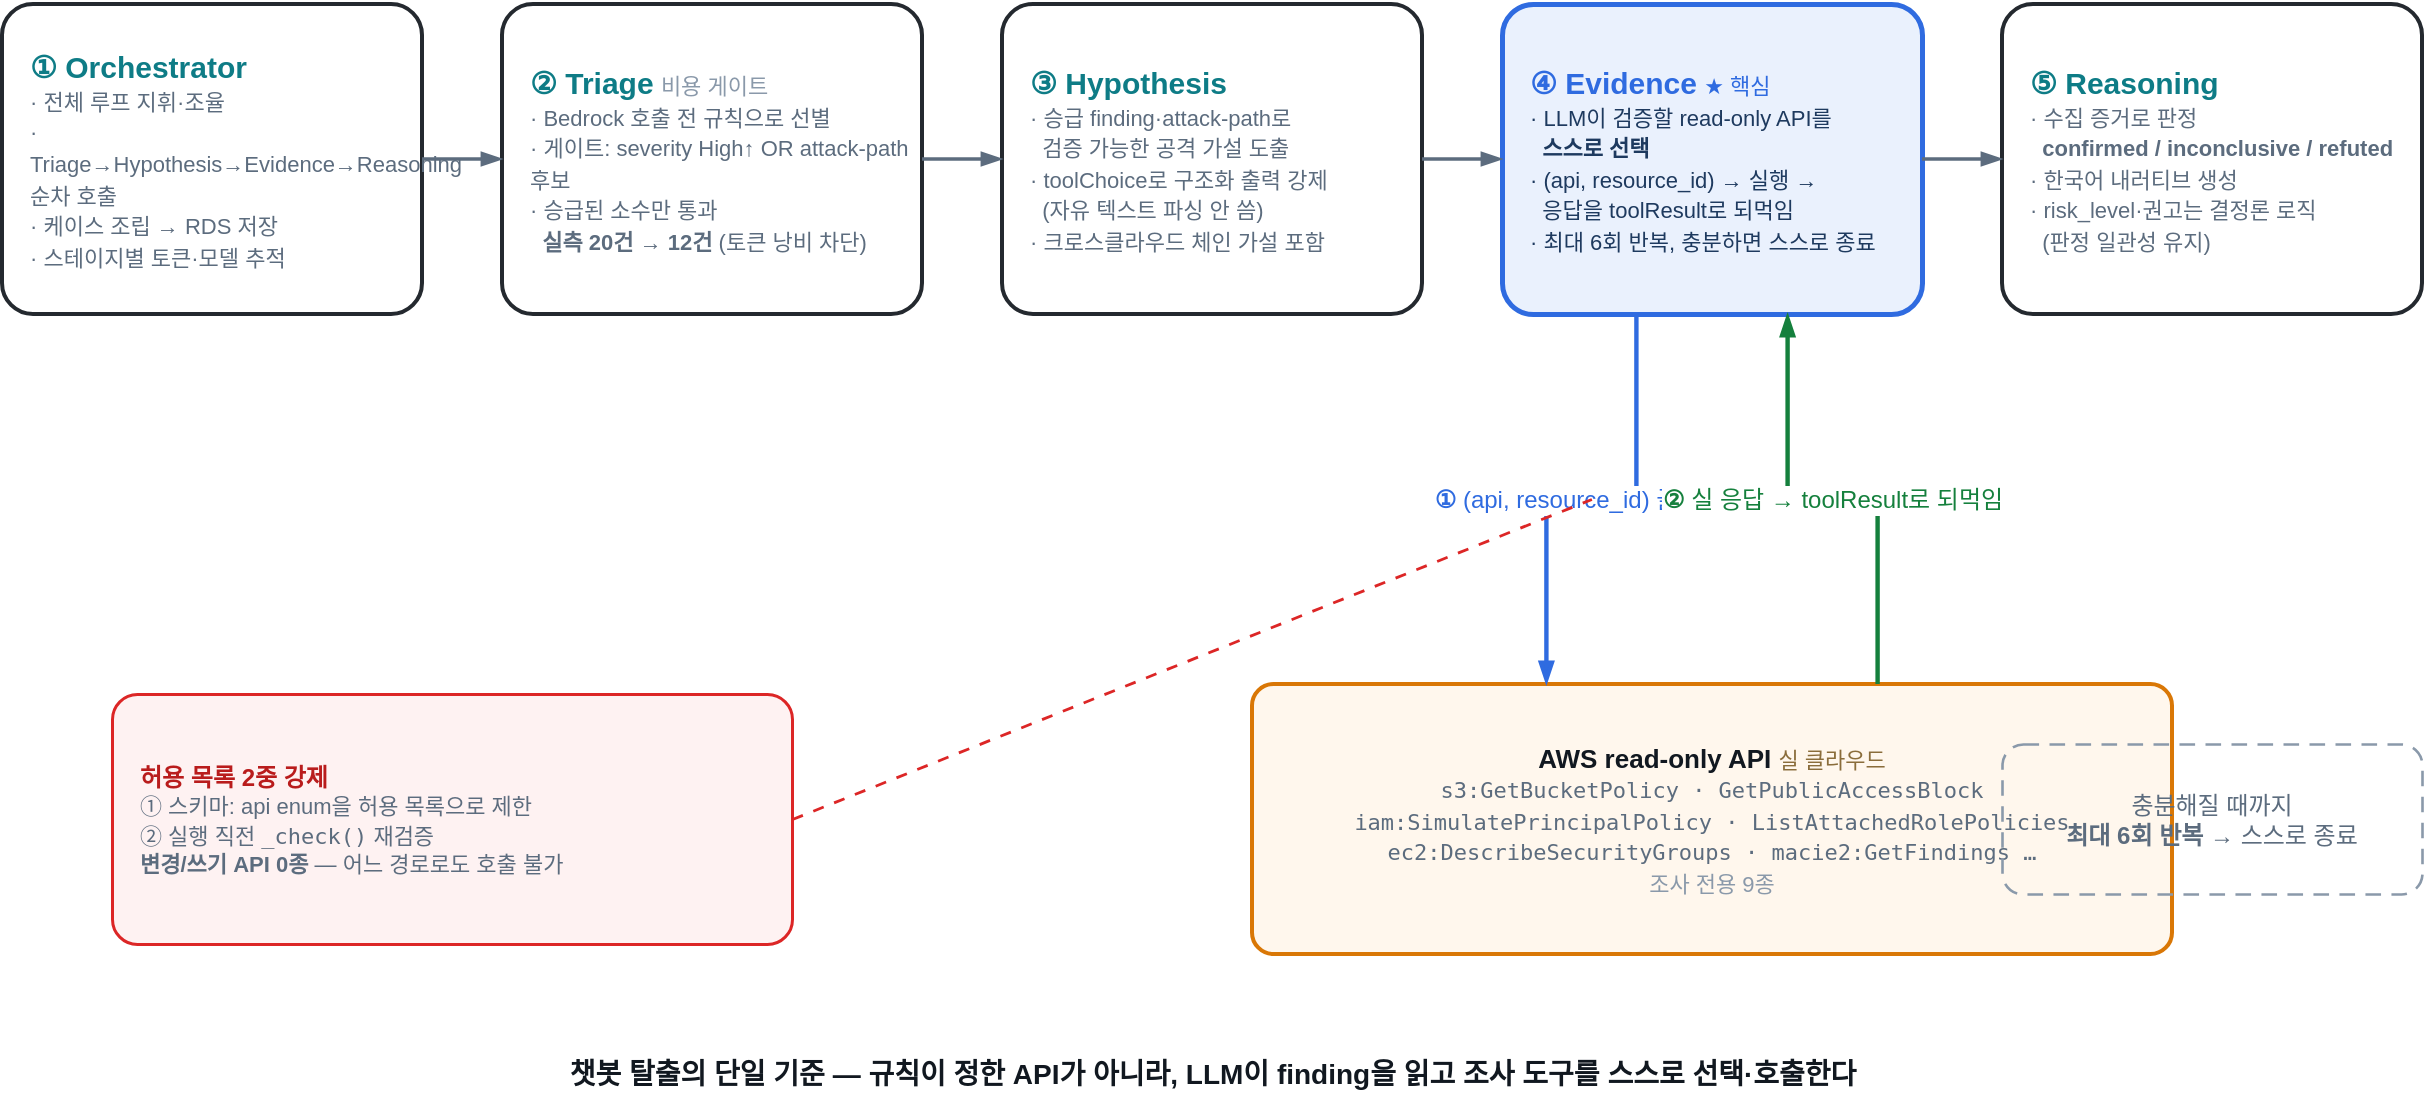
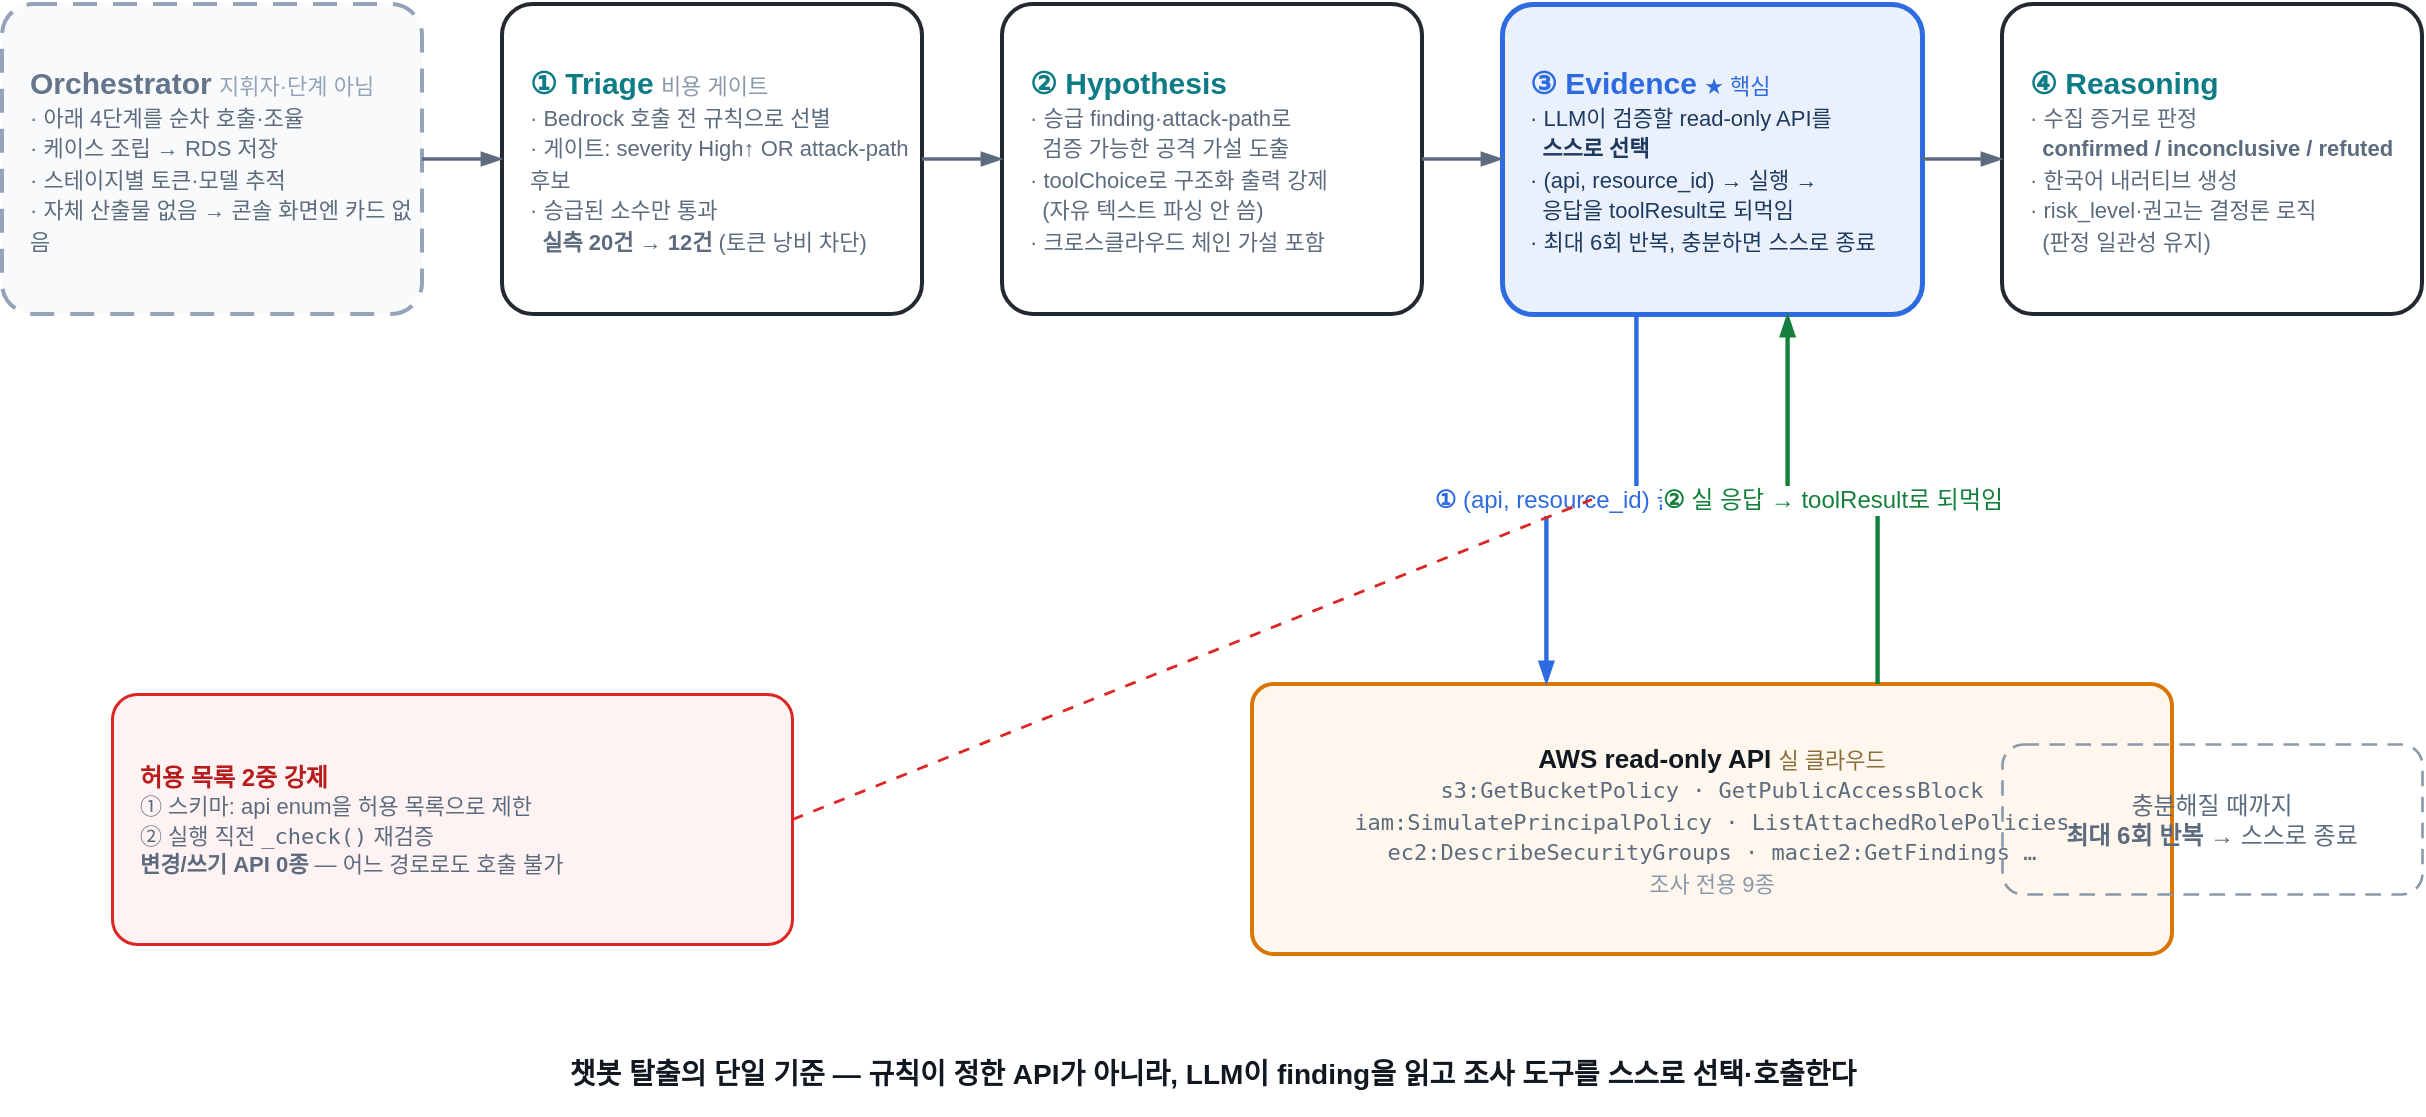
<mxfile host="app.diagrams.net" type="device">
  <diagram name="에이전틱 조사 루프" id="agentic-loop">
    <mxGraphModel dx="1120" dy="660" grid="1" gridSize="10" guides="1" tooltips="1" connect="1" arrows="1" fold="1" page="1" pageScale="1" pageWidth="1240" pageHeight="620" math="0" shadow="0">
      <root>
        <mxCell id="0" />
        <mxCell id="1" parent="0" />

-         <!-- ============ 5단계 루프 (가로) — 각 단계 불릿 3종 ============ -->
-         <mxCell id="s1" value="&lt;b&gt;&lt;font color=&quot;#0E7C86&quot; style=&quot;font-size: 15px;&quot;&gt;① Orchestrator&lt;/font&gt;&lt;/b&gt;&lt;br&gt;&lt;font style=&quot;font-size: 11px;&quot; color=&quot;#5C6C7E&quot;&gt;· 전체 루프 지휘·조율&lt;br&gt;· Triage→Hypothesis→Evidence→Reasoning 순차 호출&lt;br&gt;· 케이스 조립 → RDS 저장&lt;br&gt;· 스테이지별 토큰·모델 추적&lt;/font&gt;"
-           style="rounded=1;arcSize=10;whiteSpace=wrap;html=1;fillColor=#FFFFFF;strokeColor=#24292F;strokeWidth=2;fontColor=#111820;fontSize=13;align=left;spacingLeft=12;verticalAlign=middle;"
+         <!-- ============ 조사 루프 (가로) — Orchestrator 지휘 + 4단계 ============ -->
+         <mxCell id="s1" value="&lt;b&gt;&lt;font color=&quot;#64748B&quot; style=&quot;font-size: 15px;&quot;&gt;Orchestrator&lt;/font&gt;&lt;/b&gt;&amp;nbsp;&lt;font style=&quot;font-size: 11px;&quot; color=&quot;#94A3B8&quot;&gt;지휘자·단계 아님&lt;/font&gt;&lt;br&gt;&lt;font style=&quot;font-size: 11px;&quot; color=&quot;#5C6C7E&quot;&gt;· 아래 4단계를 순차 호출·조율&lt;br&gt;· 케이스 조립 → RDS 저장&lt;br&gt;· 스테이지별 토큰·모델 추적&lt;br&gt;· 자체 산출물 없음 → 콘솔 화면엔 카드 없음&lt;/font&gt;"
+           style="rounded=1;arcSize=10;whiteSpace=wrap;html=1;fillColor=#F8FAFC;strokeColor=#94A3B8;strokeWidth=2;dashed=1;dashPattern=6 4;fontColor=#111820;fontSize=13;align=left;spacingLeft=12;verticalAlign=middle;"
          vertex="1" parent="1">
          <mxGeometry x="15" y="40" width="210" height="155" as="geometry" />
        </mxCell>

-         <mxCell id="s2" value="&lt;b&gt;&lt;font color=&quot;#0E7C86&quot; style=&quot;font-size: 15px;&quot;&gt;② Triage&lt;/font&gt;&lt;/b&gt;&amp;nbsp;&lt;font style=&quot;font-size: 11px;&quot; color=&quot;#8A99AA&quot;&gt;비용 게이트&lt;/font&gt;&lt;br&gt;&lt;font style=&quot;font-size: 11px;&quot; color=&quot;#5C6C7E&quot;&gt;· Bedrock 호출 전 규칙으로 선별&lt;br&gt;· 게이트: severity High↑ OR attack-path 후보&lt;br&gt;· 승급된 소수만 통과&lt;br&gt;&amp;nbsp;&amp;nbsp;&lt;b&gt;실측 20건 → 12건&lt;/b&gt; (토큰 낭비 차단)&lt;/font&gt;"
+         <mxCell id="s2" value="&lt;b&gt;&lt;font color=&quot;#0E7C86&quot; style=&quot;font-size: 15px;&quot;&gt;① Triage&lt;/font&gt;&lt;/b&gt;&amp;nbsp;&lt;font style=&quot;font-size: 11px;&quot; color=&quot;#8A99AA&quot;&gt;비용 게이트&lt;/font&gt;&lt;br&gt;&lt;font style=&quot;font-size: 11px;&quot; color=&quot;#5C6C7E&quot;&gt;· Bedrock 호출 전 규칙으로 선별&lt;br&gt;· 게이트: severity High↑ OR attack-path 후보&lt;br&gt;· 승급된 소수만 통과&lt;br&gt;&amp;nbsp;&amp;nbsp;&lt;b&gt;실측 20건 → 12건&lt;/b&gt; (토큰 낭비 차단)&lt;/font&gt;"
          style="rounded=1;arcSize=10;whiteSpace=wrap;html=1;fillColor=#FFFFFF;strokeColor=#24292F;strokeWidth=2;fontColor=#111820;fontSize=13;align=left;spacingLeft=12;verticalAlign=middle;"
          vertex="1" parent="1">
          <mxGeometry x="265" y="40" width="210" height="155" as="geometry" />
        </mxCell>

-         <mxCell id="s3" value="&lt;b&gt;&lt;font color=&quot;#0E7C86&quot; style=&quot;font-size: 15px;&quot;&gt;③ Hypothesis&lt;/font&gt;&lt;/b&gt;&lt;br&gt;&lt;font style=&quot;font-size: 11px;&quot; color=&quot;#5C6C7E&quot;&gt;· 승급 finding·attack-path로&lt;br&gt;&amp;nbsp;&amp;nbsp;검증 가능한 공격 가설 도출&lt;br&gt;· toolChoice로 구조화 출력 강제&lt;br&gt;&amp;nbsp;&amp;nbsp;(자유 텍스트 파싱 안 씀)&lt;br&gt;· 크로스클라우드 체인 가설 포함&lt;/font&gt;"
+         <mxCell id="s3" value="&lt;b&gt;&lt;font color=&quot;#0E7C86&quot; style=&quot;font-size: 15px;&quot;&gt;② Hypothesis&lt;/font&gt;&lt;/b&gt;&lt;br&gt;&lt;font style=&quot;font-size: 11px;&quot; color=&quot;#5C6C7E&quot;&gt;· 승급 finding·attack-path로&lt;br&gt;&amp;nbsp;&amp;nbsp;검증 가능한 공격 가설 도출&lt;br&gt;· toolChoice로 구조화 출력 강제&lt;br&gt;&amp;nbsp;&amp;nbsp;(자유 텍스트 파싱 안 씀)&lt;br&gt;· 크로스클라우드 체인 가설 포함&lt;/font&gt;"
          style="rounded=1;arcSize=10;whiteSpace=wrap;html=1;fillColor=#FFFFFF;strokeColor=#24292F;strokeWidth=2;fontColor=#111820;fontSize=13;align=left;spacingLeft=12;verticalAlign=middle;"
          vertex="1" parent="1">
          <mxGeometry x="515" y="40" width="210" height="155" as="geometry" />
        </mxCell>

-         <!-- ④ Evidence — 핵심 단계(강조) -->
-         <mxCell id="s4" value="&lt;b style=&quot;font-size: 15px;&quot;&gt;&lt;font color=&quot;#2F6BE0&quot;&gt;④ Evidence&lt;/font&gt;&lt;/b&gt;&amp;nbsp;&lt;font style=&quot;font-size: 11px;&quot; color=&quot;#2F6BE0&quot;&gt;★ 핵심&lt;/font&gt;&lt;br&gt;&lt;font style=&quot;font-size: 11px;&quot; color=&quot;#1E3A5F&quot;&gt;· LLM이 검증할 read-only API를&lt;br&gt;&amp;nbsp;&amp;nbsp;&lt;b&gt;스스로 선택&lt;/b&gt;&lt;br&gt;· (api, resource_id) → 실행 →&lt;br&gt;&amp;nbsp;&amp;nbsp;응답을 toolResult로 되먹임&lt;br&gt;· 최대 6회 반복, 충분하면 스스로 종료&lt;/font&gt;"
+         <!-- ③ Evidence — 핵심 단계(강조) -->
+         <mxCell id="s4" value="&lt;b style=&quot;font-size: 15px;&quot;&gt;&lt;font color=&quot;#2F6BE0&quot;&gt;③ Evidence&lt;/font&gt;&lt;/b&gt;&amp;nbsp;&lt;font style=&quot;font-size: 11px;&quot; color=&quot;#2F6BE0&quot;&gt;★ 핵심&lt;/font&gt;&lt;br&gt;&lt;font style=&quot;font-size: 11px;&quot; color=&quot;#1E3A5F&quot;&gt;· LLM이 검증할 read-only API를&lt;br&gt;&amp;nbsp;&amp;nbsp;&lt;b&gt;스스로 선택&lt;/b&gt;&lt;br&gt;· (api, resource_id) → 실행 →&lt;br&gt;&amp;nbsp;&amp;nbsp;응답을 toolResult로 되먹임&lt;br&gt;· 최대 6회 반복, 충분하면 스스로 종료&lt;/font&gt;"
          style="rounded=1;arcSize=10;whiteSpace=wrap;html=1;fillColor=#EAF1FD;strokeColor=#2F6BE0;strokeWidth=2.5;fontColor=#111820;fontSize=13;align=left;spacingLeft=12;verticalAlign=middle;"
          vertex="1" parent="1">
          <mxGeometry x="765" y="40" width="210" height="155" as="geometry" />
        </mxCell>

-         <mxCell id="s5" value="&lt;b&gt;&lt;font color=&quot;#0E7C86&quot; style=&quot;font-size: 15px;&quot;&gt;⑤ Reasoning&lt;/font&gt;&lt;/b&gt;&lt;br&gt;&lt;font style=&quot;font-size: 11px;&quot; color=&quot;#5C6C7E&quot;&gt;· 수집 증거로 판정&lt;br&gt;&amp;nbsp;&amp;nbsp;&lt;b&gt;confirmed / inconclusive / refuted&lt;/b&gt;&lt;br&gt;· 한국어 내러티브 생성&lt;br&gt;· risk_level·권고는 결정론 로직&lt;br&gt;&amp;nbsp;&amp;nbsp;(판정 일관성 유지)&lt;/font&gt;"
+         <mxCell id="s5" value="&lt;b&gt;&lt;font color=&quot;#0E7C86&quot; style=&quot;font-size: 15px;&quot;&gt;④ Reasoning&lt;/font&gt;&lt;/b&gt;&lt;br&gt;&lt;font style=&quot;font-size: 11px;&quot; color=&quot;#5C6C7E&quot;&gt;· 수집 증거로 판정&lt;br&gt;&amp;nbsp;&amp;nbsp;&lt;b&gt;confirmed / inconclusive / refuted&lt;/b&gt;&lt;br&gt;· 한국어 내러티브 생성&lt;br&gt;· risk_level·권고는 결정론 로직&lt;br&gt;&amp;nbsp;&amp;nbsp;(판정 일관성 유지)&lt;/font&gt;"
          style="rounded=1;arcSize=10;whiteSpace=wrap;html=1;fillColor=#FFFFFF;strokeColor=#24292F;strokeWidth=2;fontColor=#111820;fontSize=13;align=left;spacingLeft=12;verticalAlign=middle;"
          vertex="1" parent="1">
          <mxGeometry x="1015" y="40" width="210" height="155" as="geometry" />
        </mxCell>

        <!-- 단계 연결 화살표 -->
        <mxCell id="a1" style="edgeStyle=orthogonalEdgeStyle;rounded=0;html=1;strokeColor=#5C6C7E;strokeWidth=1.8;endArrow=blockThin;endFill=1;exitX=1;exitY=0.5;entryX=0;entryY=0.5;"
          edge="1" parent="1" source="s1" target="s2"><mxGeometry relative="1" as="geometry" /></mxCell>
        <mxCell id="a2" style="edgeStyle=orthogonalEdgeStyle;rounded=0;html=1;strokeColor=#5C6C7E;strokeWidth=1.8;endArrow=blockThin;endFill=1;exitX=1;exitY=0.5;entryX=0;entryY=0.5;"
          edge="1" parent="1" source="s2" target="s3"><mxGeometry relative="1" as="geometry" /></mxCell>
        <mxCell id="a3" style="edgeStyle=orthogonalEdgeStyle;rounded=0;html=1;strokeColor=#5C6C7E;strokeWidth=1.8;endArrow=blockThin;endFill=1;exitX=1;exitY=0.5;entryX=0;entryY=0.5;"
          edge="1" parent="1" source="s3" target="s4"><mxGeometry relative="1" as="geometry" /></mxCell>
        <mxCell id="a4" style="edgeStyle=orthogonalEdgeStyle;rounded=0;html=1;strokeColor=#5C6C7E;strokeWidth=1.8;endArrow=blockThin;endFill=1;exitX=1;exitY=0.5;entryX=0;entryY=0.5;"
          edge="1" parent="1" source="s4" target="s5"><mxGeometry relative="1" as="geometry" /></mxCell>

        <!-- ============ AWS read-only API (실 클라우드) ============ -->
        <mxCell id="aws" value="&lt;b&gt;AWS read-only API&lt;/b&gt;&amp;nbsp;&lt;font style=&quot;font-size: 11px;&quot; color=&quot;#8A6D3B&quot;&gt;실 클라우드&lt;/font&gt;&lt;br&gt;&lt;font style=&quot;font-family: Consolas, monospace; font-size: 11px;&quot; color=&quot;#5C6C7E&quot;&gt;s3:GetBucketPolicy · GetPublicAccessBlock&lt;br&gt;iam:SimulatePrincipalPolicy · ListAttachedRolePolicies&lt;br&gt;ec2:DescribeSecurityGroups · macie2:GetFindings …&lt;/font&gt;&lt;br&gt;&lt;font style=&quot;font-size: 11px;&quot; color=&quot;#8A99AA&quot;&gt;조사 전용 9종&lt;/font&gt;"
          style="rounded=1;arcSize=8;whiteSpace=wrap;html=1;fillColor=#FFF7ED;strokeColor=#D97706;strokeWidth=2;fontColor=#111820;fontSize=13;verticalAlign=middle;"
          vertex="1" parent="1">
          <mxGeometry x="640" y="380" width="460" height="135" as="geometry" />
        </mxCell>

        <!-- 왕복 화살표: 나감(호출) -->
        <mxCell id="call" value="&lt;b&gt;①&lt;/b&gt; (api, resource_id) 골라 호출"
          style="edgeStyle=orthogonalEdgeStyle;rounded=0;html=1;strokeColor=#2F6BE0;strokeWidth=2.2;endArrow=blockThin;endFill=1;fontSize=12;fontColor=#2F6BE0;labelBackgroundColor=#FFFFFF;exitX=0.32;exitY=1;entryX=0.32;entryY=0;"
          edge="1" parent="1" source="s4" target="aws"><mxGeometry relative="1" as="geometry" /></mxCell>

        <!-- 왕복 화살표: 돌아옴(증거) -->
        <mxCell id="ret" value="&lt;b&gt;②&lt;/b&gt; 실 응답 → toolResult로 되먹임"
          style="edgeStyle=orthogonalEdgeStyle;rounded=0;html=1;strokeColor=#15803D;strokeWidth=2.2;endArrow=blockThin;endFill=1;fontSize=12;fontColor=#15803D;labelBackgroundColor=#FFFFFF;exitX=0.68;exitY=0;entryX=0.68;entryY=1;"
          edge="1" parent="1" source="aws" target="s4"><mxGeometry relative="1" as="geometry" /></mxCell>

        <!-- 반복 주석 -->
        <mxCell id="loop" value="&lt;font style=&quot;font-size: 12px;&quot; color=&quot;#5C6C7E&quot;&gt;충분해질 때까지&lt;br&gt;&lt;b&gt;최대 6회 반복&lt;/b&gt; → 스스로 종료&lt;/font&gt;"
          style="rounded=1;arcSize=14;whiteSpace=wrap;html=1;dashed=1;dashPattern=6 4;fillColor=none;strokeColor=#8A99AA;strokeWidth=1.3;fontColor=#111820;fontSize=12;verticalAlign=middle;"
          vertex="1" parent="1">
          <mxGeometry x="1015" y="410" width="210" height="75" as="geometry" />
        </mxCell>

        <!-- 거버넌스 가드 (2중 강제) -->
        <mxCell id="guard" value="&lt;b&gt;&lt;font color=&quot;#B91C1C&quot;&gt;허용 목록 2중 강제&lt;/font&gt;&lt;/b&gt;&lt;br&gt;&lt;font style=&quot;font-size: 11px;&quot; color=&quot;#5C6C7E&quot;&gt;① 스키마: api enum을 허용 목록으로 제한&lt;br&gt;② 실행 직전 &lt;font style=&quot;font-family: Consolas, monospace;&quot;&gt;_check()&lt;/font&gt; 재검증&lt;br&gt;&lt;b&gt;변경/쓰기 API 0종&lt;/b&gt; — 어느 경로로도 호출 불가&lt;/font&gt;"
          style="rounded=1;arcSize=10;whiteSpace=wrap;html=1;fillColor=#FEF2F2;strokeColor=#DC2626;strokeWidth=1.5;fontColor=#111820;fontSize=12;align=left;spacingLeft=12;verticalAlign=middle;"
          vertex="1" parent="1">
          <mxGeometry x="70" y="385" width="340" height="125" as="geometry" />
        </mxCell>

        <mxCell id="gline" style="html=1;strokeColor=#DC2626;strokeWidth=1.4;dashed=1;dashPattern=4 4;endArrow=none;startArrow=none;exitX=1;exitY=0.5;entryX=0.05;entryY=0.5;"
          edge="1" parent="1" source="guard" target="call"><mxGeometry relative="1" as="geometry" /></mxCell>

        <!-- 하단 핵심 문장 -->
        <mxCell id="foot" value="&lt;b style=&quot;font-size: 14px;&quot;&gt;챗봇 탈출의 단일 기준 — 규칙이 정한 API가 아니라, LLM이 finding을 읽고 조사 도구를 스스로 선택·호출한다&lt;/b&gt;"
          style="text;html=1;align=center;verticalAlign=middle;fontColor=#111820;fontSize=14;"
          vertex="1" parent="1">
          <mxGeometry x="130" y="555" width="980" height="40" as="geometry" />
        </mxCell>

      </root>
    </mxGraphModel>
  </diagram>
</mxfile>
